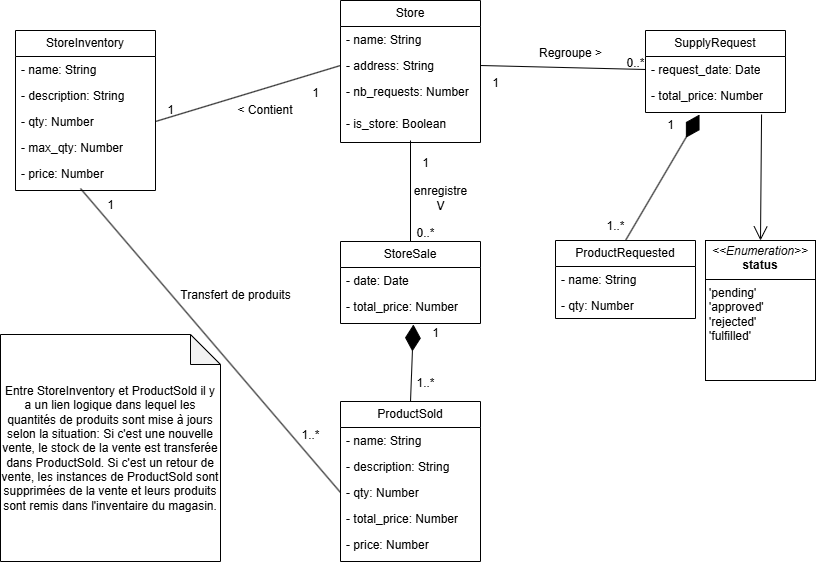
Above: docs/UML/diag_vue_logique.drawio.png in PraMaks/LOG430_Labo_0 (draw.io), before the change. Source tidied: cells renumbered, new cells last; positions are measured from the earlier drawing's top-left corner, leaving out a move shared by most shapes.
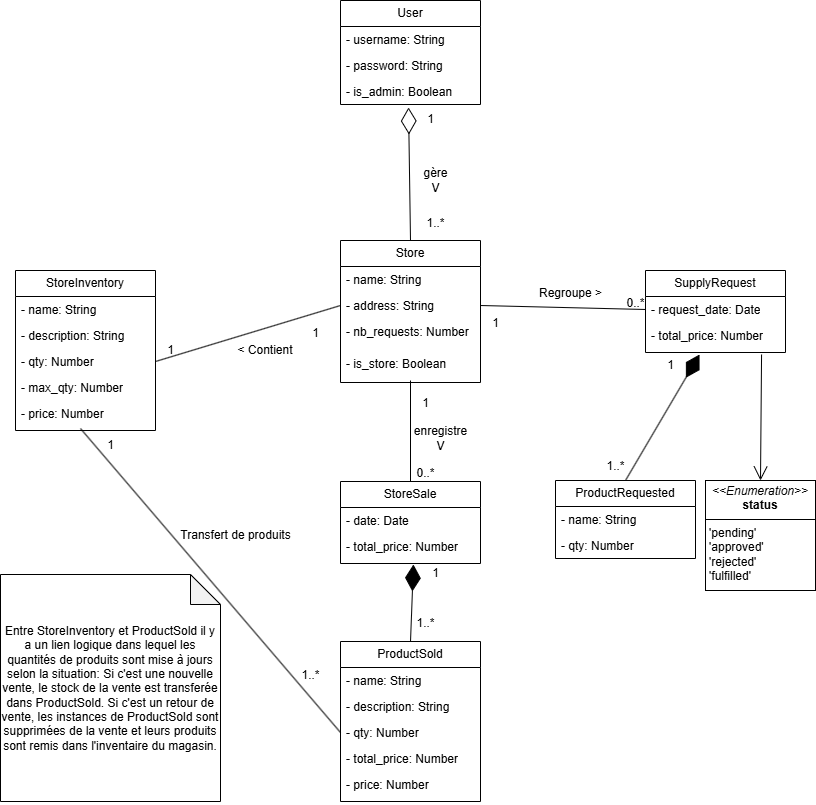
After the commit.

The edit, as a diff of the source:
```diff
@@ -72,7 +72,7 @@
       <mxGeometry y="52" width="140" height="30" as="geometry" />
     </mxCell>
     <mxCell id="25" value="&lt;p style=&quot;margin:0px;margin-top:4px;text-align:center;&quot;&gt;&lt;i&gt;&amp;lt;&amp;lt;Enumeration&amp;gt;&amp;gt;&lt;/i&gt;&lt;br&gt;&lt;b&gt;status&lt;/b&gt;&lt;/p&gt;&lt;hr size=&quot;1&quot; style=&quot;border-style:solid;&quot;&gt;&lt;p style=&quot;margin:0px;margin-left:4px;&quot;&gt;'pending'&lt;/p&gt;&lt;p style=&quot;margin:0px;margin-left:4px;&quot;&gt;'approved'&lt;/p&gt;&lt;p style=&quot;margin:0px;margin-left:4px;&quot;&gt;'rejected'&lt;/p&gt;&lt;p style=&quot;margin:0px;margin-left:4px;&quot;&gt;'fulfilled'&lt;/p&gt;" style="verticalAlign=top;align=left;overflow=fill;html=1;whiteSpace=wrap;" parent="1" vertex="1">
-      <mxGeometry x="705" y="240" width="110" height="140" as="geometry" />
+      <mxGeometry x="705" y="240" width="110" height="110" as="geometry" />
     </mxCell>
     <mxCell id="26" value="ProductRequested" style="swimlane;fontStyle=0;horizontal=1;startSize=26;fillColor=none;whiteSpace=wrap;html=1;" parent="1" vertex="1">
       <mxGeometry x="555" y="240" width="140" height="78" as="geometry" />
@@ -155,5 +155,29 @@
     <mxCell id="52" value="Entre StoreInventory et ProductSold il y a un lien logique dans lequel les quantités de produits sont mise à jours selon la situation: Si c'est une nouvelle vente, le stock de la vente est transferée dans ProductSold. Si c'est un retour de vente, les instances de ProductSold sont supprimées de la vente et leurs produits sont remis dans l'inventaire du magasin." style="shape=note;whiteSpace=wrap;html=1;backgroundOutline=1;darkOpacity=0.05;" parent="1" vertex="1">
       <mxGeometry y="334" width="220" height="227" as="geometry" />
     </mxCell>
+    <mxCell id="53" value="User" style="swimlane;fontStyle=0;horizontal=1;startSize=26;fillColor=none;whiteSpace=wrap;html=1;" parent="1" vertex="1">
+      <mxGeometry x="340" y="-240" width="140" height="104" as="geometry" />
+    </mxCell>
+    <mxCell id="54" value="- username: String" style="text;strokeColor=none;fillColor=none;align=left;verticalAlign=top;spacingLeft=4;spacingRight=4;overflow=hidden;whiteSpace=wrap;html=1;" parent="53" vertex="1">
+      <mxGeometry y="26" width="140" height="26" as="geometry" />
+    </mxCell>
+    <mxCell id="55" value="- password: String" style="text;strokeColor=none;fillColor=none;align=left;verticalAlign=top;spacingLeft=4;spacingRight=4;overflow=hidden;whiteSpace=wrap;html=1;" parent="53" vertex="1">
+      <mxGeometry y="52" width="140" height="26" as="geometry" />
+    </mxCell>
+    <mxCell id="56" value="- is_admin: Boolean" style="text;strokeColor=none;fillColor=none;align=left;verticalAlign=top;spacingLeft=4;spacingRight=4;overflow=hidden;points=[[0,0.5],[1,0.5]];portConstraint=eastwest;whiteSpace=wrap;html=1;" parent="53" vertex="1">
+      <mxGeometry y="78" width="140" height="26" as="geometry" />
+    </mxCell>
+    <mxCell id="57" style="endArrow=diamondThin;endFill=0;endSize=24;html=1;rounded=0;entryX=0.486;entryY=1.115;entryDx=0;entryDy=0;entryPerimeter=0;exitX=0.5;exitY=0;exitDx=0;exitDy=0;" parent="1" edge="1" source="2" target="56">
+      <mxGeometry relative="1" as="geometry" />
+    </mxCell>
+    <mxCell id="58" value="1" style="text;html=1;align=center;verticalAlign=middle;strokeColor=none;fillColor=none;" parent="1" vertex="1">
+      <mxGeometry x="415" y="-136" width="30" height="30" as="geometry" />
+    </mxCell>
+    <mxCell id="59" value="1..*" style="text;html=1;align=center;verticalAlign=middle;strokeColor=none;fillColor=none;" parent="1" vertex="1">
+      <mxGeometry x="415" y="-32" width="40" height="30" as="geometry" />
+    </mxCell>
+    <mxCell id="60" value="gère&lt;div&gt;V&lt;/div&gt;" style="text;html=1;align=center;verticalAlign=middle;strokeColor=none;fillColor=none;" parent="1" vertex="1">
+      <mxGeometry x="410" y="-80" width="50" height="40" as="geometry" />
+    </mxCell>
   </root>
 </mxGraphModel>
```
